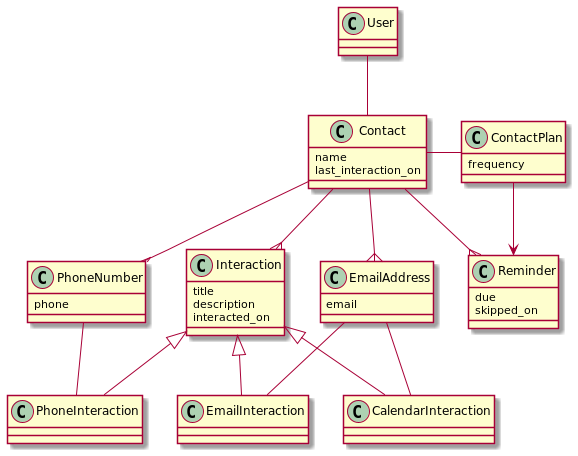
lorey/personal-crm keeps this PlantUML diagram as .docs/models.png. Above is the earlier version.
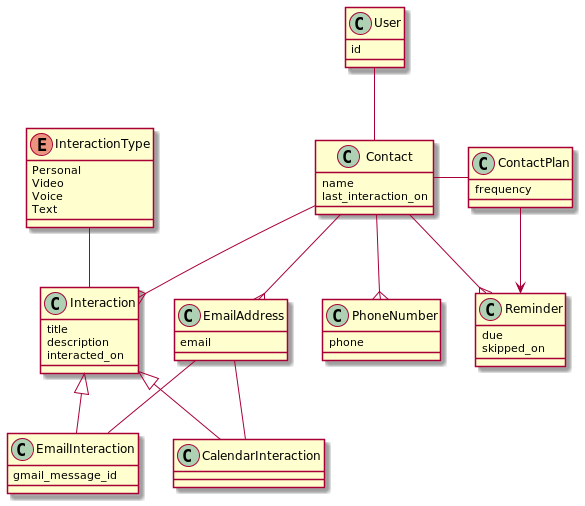
The same diagram one commit later.

Commit message:
Extend data model for google service sync

What changed in the source:
```diff
@@ -1,45 +1,59 @@
 @startuml
-class User
+class User {
+    id
+}
 
-class Contact
-Contact : name
-Contact : last_interaction_on
+class Contact {
+    name
+    last_interaction_on
+}
 User -- Contact
 
-class EmailAddress
-EmailAddress : email
+class EmailAddress {
+    email
+}
 Contact --{ EmailAddress
 
-class PhoneNumber
-PhoneNumber : phone
+class PhoneNumber {
+    phone
+}
 Contact --{ PhoneNumber
 
-class ContactPlan
-ContactPlan : frequency
+class ContactPlan {
+    frequency
+}
 Contact - ContactPlan
 
-class Reminder
-Reminder : due
-Reminder : skipped_on
+class Reminder {
+    due
+    skipped_on
+}
 Contact --{ Reminder
 ContactPlan --> Reminder
 
-class Interaction
-Interaction : title
-Interaction : description
-Interaction : interacted_on
+class Interaction {
+    title
+    description
+    interacted_on
+}
 Contact --{ Interaction
 
-class EmailInteraction
+enum InteractionType {
+    Personal
+    Video
+    Voice
+    Text
+}
+InteractionType -- Interaction
+
+class EmailInteraction {
+    gmail_message_id
+}
 Interaction <|-- EmailInteraction
 EmailAddress -- EmailInteraction
 
-class CalendarInteraction
+class CalendarInteraction {}
 Interaction <|-- CalendarInteraction
 EmailAddress -- CalendarInteraction
 
-class PhoneInteraction
-Interaction <|-- PhoneInteraction
-PhoneNumber -- PhoneInteraction
-
 @enduml
```
